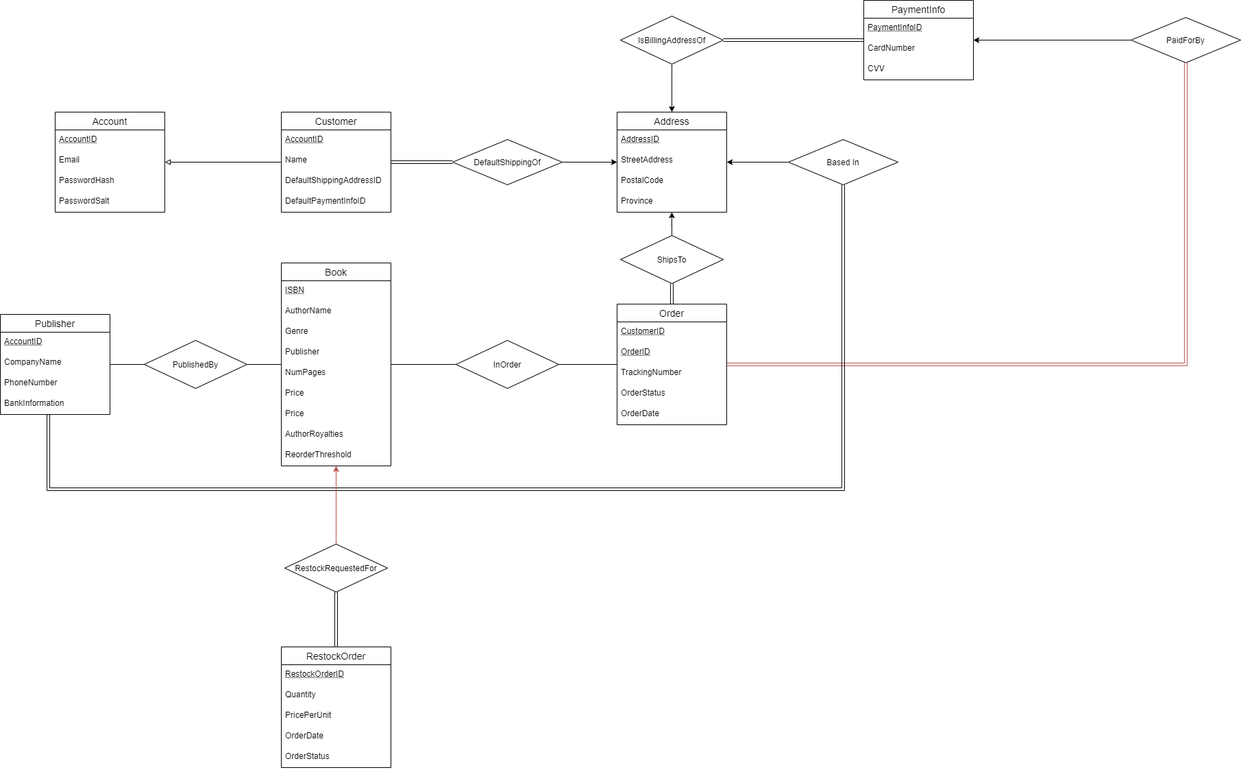
The draw.io diagram docs/er.png in yorphos/lookInnaBook, before a commit. Source tidied: cells renumbered, new cells last; positions are measured from the earlier drawing's top-left corner, leaving out a move shared by most shapes.
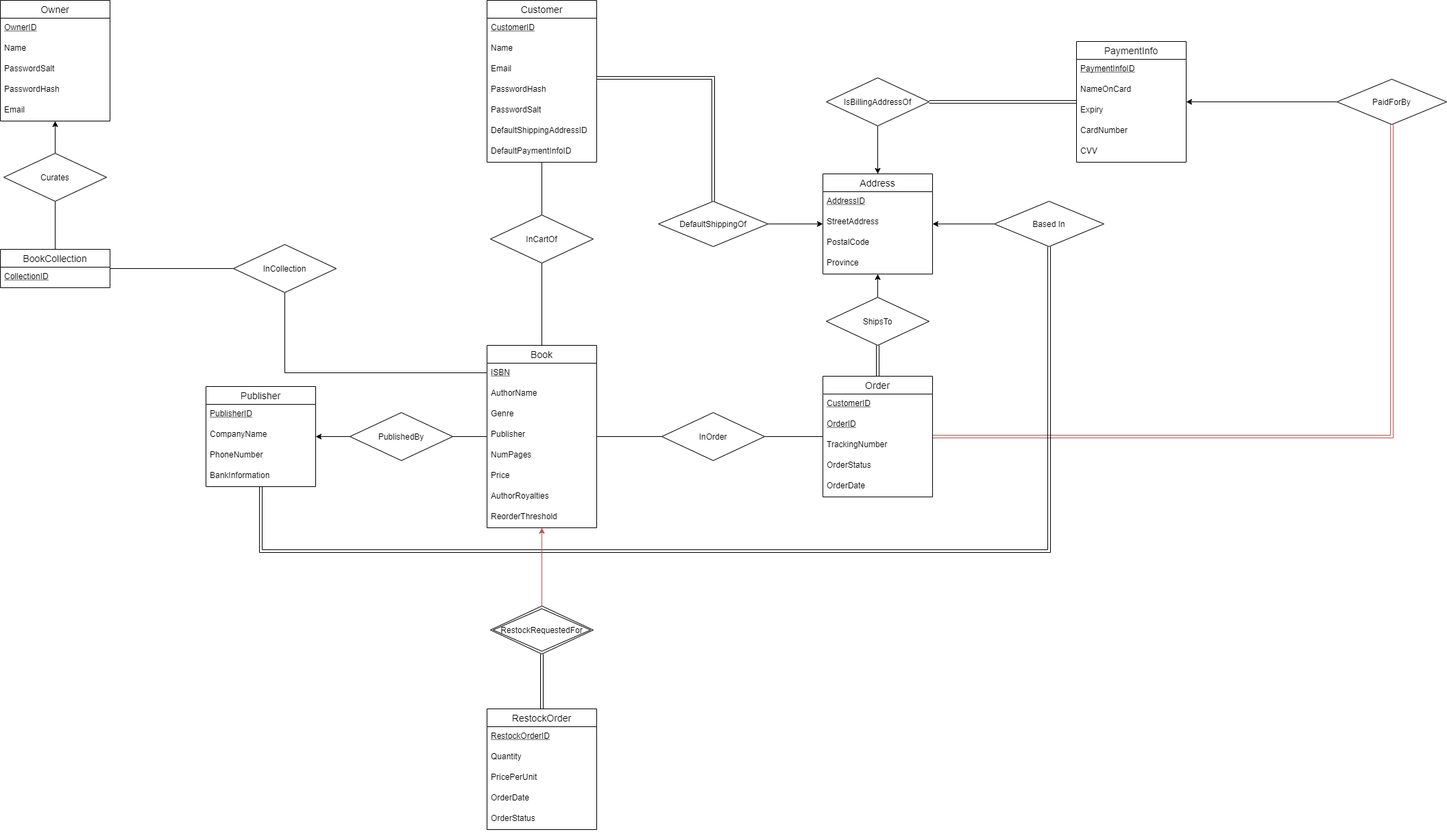
After the change.

Commit message:
Add database schema and MVP for getting book titles

What changed in the source:
```diff
@@ -2,26 +2,14 @@
   <root>
     <mxCell id="0" />
     <mxCell id="1" parent="0" />
-    <mxCell id="2" value="Account" style="swimlane;fontStyle=0;horizontal=1;startSize=26;align=center;fontSize=14;" parent="1" vertex="1">
-      <mxGeometry x="80" y="163" width="160" height="146" as="geometry" />
-    </mxCell>
-    <mxCell id="3" value="AccountID" style="text;strokeColor=none;fillColor=none;spacingLeft=4;spacingRight=4;overflow=hidden;fontSize=12;fontStyle=4;" parent="2" vertex="1">
-      <mxGeometry y="26" width="160" height="30" as="geometry" />
-    </mxCell>
-    <mxCell id="4" value="Email" style="text;strokeColor=none;fillColor=none;spacingLeft=4;spacingRight=4;overflow=hidden;fontSize=12;" parent="2" vertex="1">
-      <mxGeometry y="56" width="160" height="30" as="geometry" />
-    </mxCell>
-    <mxCell id="5" value="PasswordHash" style="text;strokeColor=none;fillColor=none;spacingLeft=4;spacingRight=4;overflow=hidden;fontSize=12;" parent="2" vertex="1">
-      <mxGeometry y="86" width="160" height="30" as="geometry" />
-    </mxCell>
-    <mxCell id="6" value="PasswordSalt" style="text;strokeColor=none;fillColor=none;spacingLeft=4;spacingRight=4;overflow=hidden;fontSize=12;" parent="2" vertex="1">
-      <mxGeometry y="116" width="160" height="30" as="geometry" />
-    </mxCell>
     <mxCell id="7" style="edgeStyle=orthogonalEdgeStyle;rounded=0;jettySize=auto;html=1;endArrow=none;endFill=0;" parent="1" edge="1" source="8" target="50">
       <mxGeometry relative="1" as="geometry" />
     </mxCell>
+    <mxCell id="73" style="edgeStyle=orthogonalEdgeStyle;rounded=0;jettySize=auto;html=1;endArrow=none;endFill=0;" parent="1" edge="1" source="8" target="86">
+      <mxGeometry relative="1" as="geometry" />
+    </mxCell>
     <mxCell id="8" value="Book" style="swimlane;fontStyle=0;horizontal=1;startSize=26;align=center;fontSize=14;" parent="1" vertex="1">
-      <mxGeometry x="410" y="383" width="160" height="296" as="geometry" />
+      <mxGeometry x="410" y="413" width="160" height="266" as="geometry" />
     </mxCell>
     <mxCell id="9" value="ISBN" style="text;strokeColor=none;fillColor=none;spacingLeft=4;spacingRight=4;overflow=hidden;fontSize=12;fontStyle=4;" parent="8" vertex="1">
       <mxGeometry y="26" width="160" height="30" as="geometry" />
@@ -41,32 +29,35 @@
     <mxCell id="14" value="Price" style="text;strokeColor=none;fillColor=none;spacingLeft=4;spacingRight=4;overflow=hidden;fontSize=12;" parent="8" vertex="1">
       <mxGeometry y="176" width="160" height="30" as="geometry" />
     </mxCell>
-    <mxCell id="15" value="Price" style="text;strokeColor=none;fillColor=none;spacingLeft=4;spacingRight=4;overflow=hidden;fontSize=12;" parent="8" vertex="1">
-      <mxGeometry y="206" width="160" height="30" as="geometry" />
-    </mxCell>
     <mxCell id="16" value="AuthorRoyalties" style="text;strokeColor=none;fillColor=none;spacingLeft=4;spacingRight=4;overflow=hidden;fontSize=12;" parent="8" vertex="1">
-      <mxGeometry y="236" width="160" height="30" as="geometry" />
+      <mxGeometry y="206" width="160" height="30" as="geometry" />
     </mxCell>
     <mxCell id="17" value="ReorderThreshold" style="text;strokeColor=none;fillColor=none;spacingLeft=4;spacingRight=4;overflow=hidden;fontSize=12;" parent="8" vertex="1">
-      <mxGeometry y="266" width="160" height="30" as="geometry" />
+      <mxGeometry y="236" width="160" height="30" as="geometry" />
     </mxCell>
-    <mxCell id="18" style="edgeStyle=orthogonalEdgeStyle;rounded=0;jettySize=auto;html=1;endArrow=block;endFill=0;" parent="1" edge="1" source="19" target="2">
-      <mxGeometry relative="1" as="geometry" />
-    </mxCell>
     <mxCell id="19" value="Customer" style="swimlane;fontStyle=0;horizontal=1;startSize=26;align=center;fontSize=14;" parent="1" vertex="1">
-      <mxGeometry x="410" y="163" width="160" height="146" as="geometry" />
+      <mxGeometry x="410" y="-90" width="160" height="236" as="geometry" />
     </mxCell>
-    <mxCell id="20" value="AccountID" style="text;strokeColor=none;fillColor=none;spacingLeft=4;spacingRight=4;overflow=hidden;fontSize=12;fontStyle=4;" parent="19" vertex="1">
-      <mxGeometry y="26" width="160" height="30" as="geometry" />
-    </mxCell>
+    <mxCell id="74" value="CustomerID" style="text;strokeColor=none;fillColor=none;spacingLeft=4;spacingRight=4;overflow=hidden;fontSize=12;fontStyle=4;" parent="19" vertex="1">
+      <mxGeometry y="26" width="160" height="30" as="geometry" />
+    </mxCell>
     <mxCell id="21" value="Name" style="text;strokeColor=none;fillColor=none;spacingLeft=4;spacingRight=4;overflow=hidden;fontSize=12;" parent="19" vertex="1">
       <mxGeometry y="56" width="160" height="30" as="geometry" />
     </mxCell>
+    <mxCell id="75" value="Email" style="text;strokeColor=none;fillColor=none;spacingLeft=4;spacingRight=4;overflow=hidden;fontSize=12;" parent="19" vertex="1">
+      <mxGeometry y="86" width="160" height="30" as="geometry" />
+    </mxCell>
+    <mxCell id="5" value="PasswordHash" style="text;strokeColor=none;fillColor=none;spacingLeft=4;spacingRight=4;overflow=hidden;fontSize=12;" parent="19" vertex="1">
+      <mxGeometry y="116" width="160" height="30" as="geometry" />
+    </mxCell>
+    <mxCell id="6" value="PasswordSalt" style="text;strokeColor=none;fillColor=none;spacingLeft=4;spacingRight=4;overflow=hidden;fontSize=12;" parent="19" vertex="1">
+      <mxGeometry y="146" width="160" height="30" as="geometry" />
+    </mxCell>
     <mxCell id="22" value="DefaultShippingAddressID" style="text;strokeColor=none;fillColor=none;spacingLeft=4;spacingRight=4;overflow=hidden;fontSize=12;" parent="19" vertex="1">
-      <mxGeometry y="86" width="160" height="30" as="geometry" />
+      <mxGeometry y="176" width="160" height="30" as="geometry" />
     </mxCell>
     <mxCell id="23" value="DefaultPaymentInfoID" style="text;strokeColor=none;fillColor=none;spacingLeft=4;spacingRight=4;overflow=hidden;fontSize=12;" parent="19" vertex="1">
-      <mxGeometry y="116" width="160" height="30" as="geometry" />
+      <mxGeometry y="206" width="160" height="30" as="geometry" />
     </mxCell>
     <mxCell id="24" value="Address" style="swimlane;fontStyle=0;horizontal=1;startSize=26;align=center;fontSize=14;" parent="1" vertex="1">
       <mxGeometry x="900" y="163" width="160" height="146" as="geometry" />
@@ -84,7 +75,11 @@
       <mxGeometry y="116" width="160" height="30" as="geometry" />
     </mxCell>
     <mxCell id="29" style="edgeStyle=orthogonalEdgeStyle;rounded=0;jettySize=auto;html=1;endArrow=none;endFill=0;shape=link;" parent="1" edge="1" source="31" target="19">
-      <mxGeometry relative="1" as="geometry" />
+      <mxGeometry relative="1" as="geometry">
+        <Array as="points">
+          <mxPoint x="740" y="23" />
+        </Array>
+      </mxGeometry>
     </mxCell>
     <mxCell id="30" style="edgeStyle=orthogonalEdgeStyle;rounded=0;jettySize=auto;html=1;endArrow=classic;endFill=1;" parent="1" edge="1" source="31" target="24">
       <mxGeometry relative="1" as="geometry" />
@@ -93,16 +88,22 @@
       <mxGeometry x="660" y="203" width="160" height="66" as="geometry" />
     </mxCell>
     <mxCell id="32" value="PaymentInfo" style="swimlane;fontStyle=0;horizontal=1;startSize=26;align=center;fontSize=14;" parent="1" vertex="1">
-      <mxGeometry x="1260" width="160" height="116" as="geometry" />
+      <mxGeometry x="1270" y="-30" width="160" height="176" as="geometry" />
     </mxCell>
     <mxCell id="33" value="PaymentInfoID" style="text;strokeColor=none;fillColor=none;spacingLeft=4;spacingRight=4;overflow=hidden;fontSize=12;fontStyle=4;" parent="32" vertex="1">
       <mxGeometry y="26" width="160" height="30" as="geometry" />
     </mxCell>
+    <mxCell id="76" value="NameOnCard" style="text;strokeColor=none;fillColor=none;spacingLeft=4;spacingRight=4;overflow=hidden;fontSize=12;" parent="32" vertex="1">
+      <mxGeometry y="56" width="160" height="30" as="geometry" />
+    </mxCell>
+    <mxCell id="77" value="Expiry" style="text;strokeColor=none;fillColor=none;spacingLeft=4;spacingRight=4;overflow=hidden;fontSize=12;" parent="32" vertex="1">
+      <mxGeometry y="86" width="160" height="30" as="geometry" />
+    </mxCell>
     <mxCell id="34" value="CardNumber" style="text;strokeColor=none;fillColor=none;spacingLeft=4;spacingRight=4;overflow=hidden;fontSize=12;" parent="32" vertex="1">
-      <mxGeometry y="56" width="160" height="30" as="geometry" />
+      <mxGeometry y="116" width="160" height="30" as="geometry" />
     </mxCell>
     <mxCell id="35" value="CVV" style="text;strokeColor=none;fillColor=none;spacingLeft=4;spacingRight=4;overflow=hidden;fontSize=12;" parent="32" vertex="1">
-      <mxGeometry y="86" width="160" height="30" as="geometry" />
+      <mxGeometry y="146" width="160" height="30" as="geometry" />
     </mxCell>
     <mxCell id="36" style="edgeStyle=orthogonalEdgeStyle;shape=link;rounded=0;jettySize=auto;html=1;endArrow=block;endFill=0;" parent="1" edge="1" source="38" target="32">
       <mxGeometry relative="1" as="geometry" />
@@ -120,7 +121,7 @@
       <mxGeometry relative="1" as="geometry" />
     </mxCell>
     <mxCell id="41" value="Order" style="swimlane;fontStyle=0;horizontal=1;startSize=26;align=center;fontSize=14;" parent="1" vertex="1">
-      <mxGeometry x="900" y="443" width="160" height="176" as="geometry" />
+      <mxGeometry x="900" y="458" width="160" height="176" as="geometry" />
     </mxCell>
     <mxCell id="42" value="CustomerID" style="text;strokeColor=none;fillColor=none;spacingLeft=4;spacingRight=4;overflow=hidden;fontSize=12;fontStyle=4;" parent="41" vertex="1">
       <mxGeometry y="26" width="160" height="30" as="geometry" />
@@ -147,22 +148,22 @@
       <mxGeometry relative="1" as="geometry" />
     </mxCell>
     <mxCell id="50" value="InOrder" style="shape=rhombus;perimeter=rhombusPerimeter;whiteSpace=wrap;html=1;align=center;" parent="1" vertex="1">
-      <mxGeometry x="665" y="496" width="150" height="70" as="geometry" />
+      <mxGeometry x="665" y="511" width="150" height="70" as="geometry" />
     </mxCell>
     <mxCell id="51" style="edgeStyle=orthogonalEdgeStyle;rounded=0;jettySize=auto;html=1;endArrow=none;endFill=0;shape=link;" parent="1" edge="1" source="52" target="61">
       <mxGeometry relative="1" as="geometry">
         <Array as="points">
-          <mxPoint x="70" y="713" />
+          <mxPoint x="80" y="713" />
           <mxPoint x="1230" y="713" />
         </Array>
       </mxGeometry>
     </mxCell>
     <mxCell id="52" value="Publisher" style="swimlane;fontStyle=0;horizontal=1;startSize=26;align=center;fontSize=14;" parent="1" vertex="1">
-      <mxGeometry y="458" width="160" height="146" as="geometry" />
+      <mxGeometry y="473" width="160" height="146" as="geometry" />
     </mxCell>
-    <mxCell id="53" value="AccountID" style="text;strokeColor=none;fillColor=none;spacingLeft=4;spacingRight=4;overflow=hidden;fontSize=12;fontStyle=4;" parent="52" vertex="1">
-      <mxGeometry y="26" width="160" height="30" as="geometry" />
-    </mxCell>
+    <mxCell id="78" value="PublisherID" style="text;strokeColor=none;fillColor=none;spacingLeft=4;spacingRight=4;overflow=hidden;fontSize=12;fontStyle=4;" parent="52" vertex="1">
+      <mxGeometry y="26" width="160" height="30" as="geometry" />
+    </mxCell>
     <mxCell id="54" value="CompanyName" style="text;strokeColor=none;fillColor=none;spacingLeft=4;spacingRight=4;overflow=hidden;fontSize=12;" parent="52" vertex="1">
       <mxGeometry y="56" width="160" height="30" as="geometry" />
     </mxCell>
@@ -172,14 +173,14 @@
     <mxCell id="56" value="BankInformation" style="text;strokeColor=none;fillColor=none;spacingLeft=4;spacingRight=4;overflow=hidden;fontSize=12;" parent="52" vertex="1">
       <mxGeometry y="116" width="160" height="30" as="geometry" />
     </mxCell>
-    <mxCell id="57" style="edgeStyle=orthogonalEdgeStyle;rounded=0;jettySize=auto;html=1;endArrow=none;endFill=0;" parent="1" edge="1" source="59" target="52">
+    <mxCell id="57" style="edgeStyle=orthogonalEdgeStyle;rounded=0;jettySize=auto;html=1;endArrow=classic;endFill=1;" parent="1" edge="1" source="59" target="52">
       <mxGeometry relative="1" as="geometry" />
     </mxCell>
     <mxCell id="58" style="edgeStyle=orthogonalEdgeStyle;rounded=0;jettySize=auto;html=1;endArrow=none;endFill=0;" parent="1" edge="1" source="59" target="8">
       <mxGeometry relative="1" as="geometry" />
     </mxCell>
     <mxCell id="59" value="PublishedBy" style="shape=rhombus;perimeter=rhombusPerimeter;whiteSpace=wrap;html=1;align=center;" parent="1" vertex="1">
-      <mxGeometry x="210" y="496" width="150" height="70" as="geometry" />
+      <mxGeometry x="210" y="511" width="150" height="70" as="geometry" />
     </mxCell>
     <mxCell id="60" style="edgeStyle=orthogonalEdgeStyle;rounded=0;jettySize=auto;html=1;endArrow=classic;endFill=1;" parent="1" edge="1" source="61" target="24">
       <mxGeometry relative="1" as="geometry" />
@@ -217,8 +218,60 @@
     <mxCell id="71" style="edgeStyle=orthogonalEdgeStyle;rounded=0;jettySize=auto;html=1;fillColor=#f8cecc;strokeColor=#b85450;" parent="1" edge="1" source="72" target="8">
       <mxGeometry relative="1" as="geometry" />
     </mxCell>
-    <mxCell id="72" value="RestockRequestedFor" style="shape=rhombus;perimeter=rhombusPerimeter;whiteSpace=wrap;html=1;align=center;" parent="1" vertex="1">
+    <mxCell id="72" value="RestockRequestedFor" style="shape=rhombus;perimeter=rhombusPerimeter;whiteSpace=wrap;html=1;align=center;double=1;" parent="1" vertex="1">
       <mxGeometry x="415" y="793" width="150" height="70" as="geometry" />
     </mxCell>
+    <mxCell id="79" value="Owner" style="swimlane;fontStyle=0;horizontal=1;startSize=26;align=center;fontSize=14;" parent="1" vertex="1">
+      <mxGeometry x="-300" y="-90" width="160" height="176" as="geometry" />
+    </mxCell>
+    <mxCell id="80" value="OwnerID" style="text;strokeColor=none;fillColor=none;spacingLeft=4;spacingRight=4;overflow=hidden;fontSize=12;fontStyle=4;" parent="79" vertex="1">
+      <mxGeometry y="26" width="160" height="30" as="geometry" />
+    </mxCell>
+    <mxCell id="81" value="Name" style="text;strokeColor=none;fillColor=none;spacingLeft=4;spacingRight=4;overflow=hidden;fontSize=12;" parent="79" vertex="1">
+      <mxGeometry y="56" width="160" height="30" as="geometry" />
+    </mxCell>
+    <mxCell id="82" value="PasswordSalt" style="text;strokeColor=none;fillColor=none;spacingLeft=4;spacingRight=4;overflow=hidden;fontSize=12;" parent="79" vertex="1">
+      <mxGeometry y="86" width="160" height="30" as="geometry" />
+    </mxCell>
+    <mxCell id="83" value="PasswordHash" style="text;strokeColor=none;fillColor=none;spacingLeft=4;spacingRight=4;overflow=hidden;fontSize=12;" parent="79" vertex="1">
+      <mxGeometry y="116" width="160" height="30" as="geometry" />
+    </mxCell>
+    <mxCell id="84" value="Email" style="text;strokeColor=none;fillColor=none;spacingLeft=4;spacingRight=4;overflow=hidden;fontSize=12;" parent="79" vertex="1">
+      <mxGeometry y="146" width="160" height="30" as="geometry" />
+    </mxCell>
+    <mxCell id="85" style="edgeStyle=orthogonalEdgeStyle;rounded=0;jettySize=auto;html=1;endArrow=none;endFill=0;" parent="1" edge="1" source="86" target="19">
+      <mxGeometry relative="1" as="geometry" />
+    </mxCell>
+    <mxCell id="86" value="InCartOf" style="shape=rhombus;perimeter=rhombusPerimeter;whiteSpace=wrap;html=1;align=center;" parent="1" vertex="1">
+      <mxGeometry x="415" y="223" width="150" height="70" as="geometry" />
+    </mxCell>
+    <mxCell id="87" value="BookCollection" style="swimlane;fontStyle=0;horizontal=1;startSize=26;align=center;fontSize=14;" parent="1" vertex="1">
+      <mxGeometry x="-300" y="273" width="160" height="56" as="geometry" />
+    </mxCell>
+    <mxCell id="88" value="CollectionID" style="text;strokeColor=none;fillColor=none;spacingLeft=4;spacingRight=4;overflow=hidden;fontSize=12;fontStyle=4;" parent="87" vertex="1">
+      <mxGeometry y="26" width="160" height="30" as="geometry" />
+    </mxCell>
+    <mxCell id="89" style="edgeStyle=orthogonalEdgeStyle;rounded=0;jettySize=auto;html=1;endArrow=classic;endFill=1;" parent="1" edge="1" source="91" target="79">
+      <mxGeometry relative="1" as="geometry" />
+    </mxCell>
+    <mxCell id="90" style="edgeStyle=orthogonalEdgeStyle;rounded=0;jettySize=auto;html=1;endArrow=none;endFill=0;" parent="1" edge="1" source="91" target="87">
+      <mxGeometry relative="1" as="geometry" />
+    </mxCell>
+    <mxCell id="91" value="Curates" style="shape=rhombus;perimeter=rhombusPerimeter;whiteSpace=wrap;html=1;align=center;" parent="1" vertex="1">
+      <mxGeometry x="-295" y="133" width="150" height="70" as="geometry" />
+    </mxCell>
+    <mxCell id="92" style="edgeStyle=orthogonalEdgeStyle;rounded=0;jettySize=auto;html=1;endArrow=none;endFill=0;" parent="1" edge="1" source="94" target="87">
+      <mxGeometry relative="1" as="geometry" />
+    </mxCell>
+    <mxCell id="93" style="edgeStyle=orthogonalEdgeStyle;rounded=0;jettySize=auto;html=1;endArrow=none;endFill=0;" parent="1" edge="1" source="94" target="8">
+      <mxGeometry relative="1" as="geometry">
+        <Array as="points">
+          <mxPoint x="115" y="453" />
+        </Array>
+      </mxGeometry>
+    </mxCell>
+    <mxCell id="94" value="InCollection" style="shape=rhombus;perimeter=rhombusPerimeter;whiteSpace=wrap;html=1;align=center;" parent="1" vertex="1">
+      <mxGeometry x="40" y="266" width="150" height="70" as="geometry" />
+    </mxCell>
   </root>
 </mxGraphModel>
```
